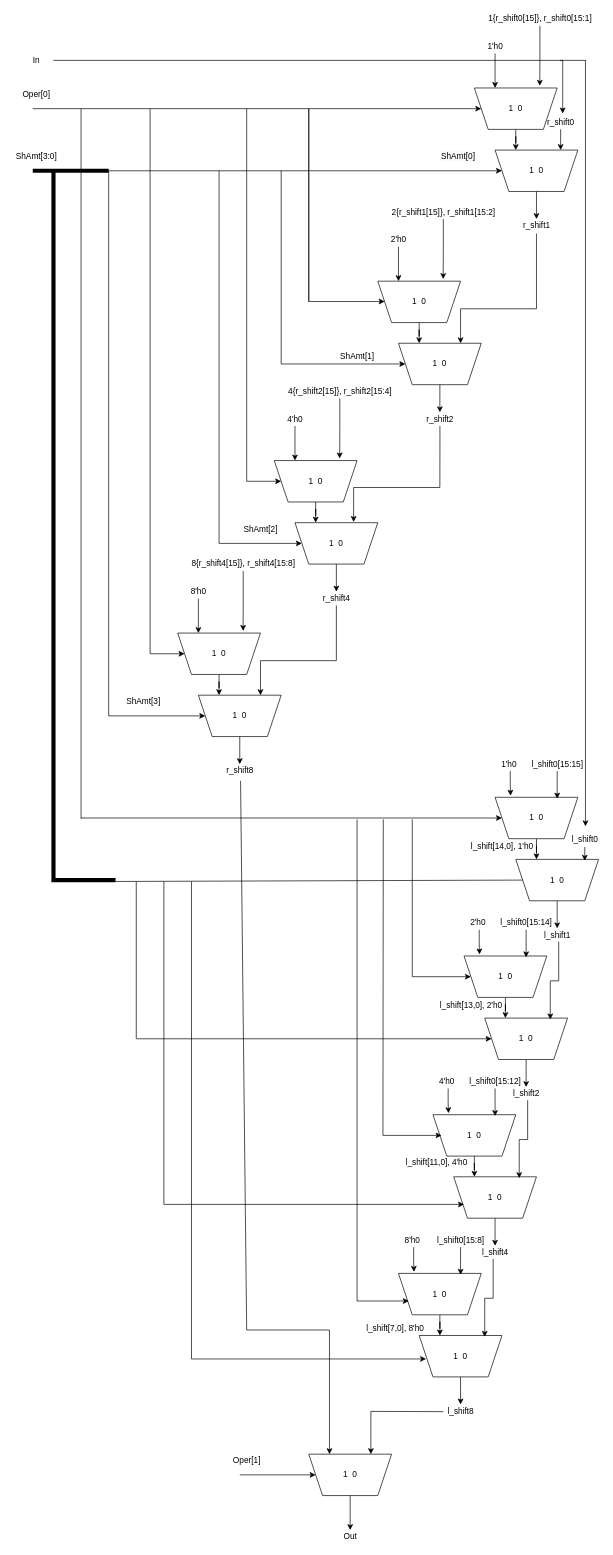
joshmeiyb/draw.io keeps this draw.io diagram as shifter.drawio. Above is the earlier version. Source tidied: cells renumbered, new cells numbered last; positions are measured from the earlier drawing's top-left corner, leaving out a move shared by most shapes. Both pictures are drawn from the tidied source at 69%, with x=0, y=0 at pixel (12, 12).
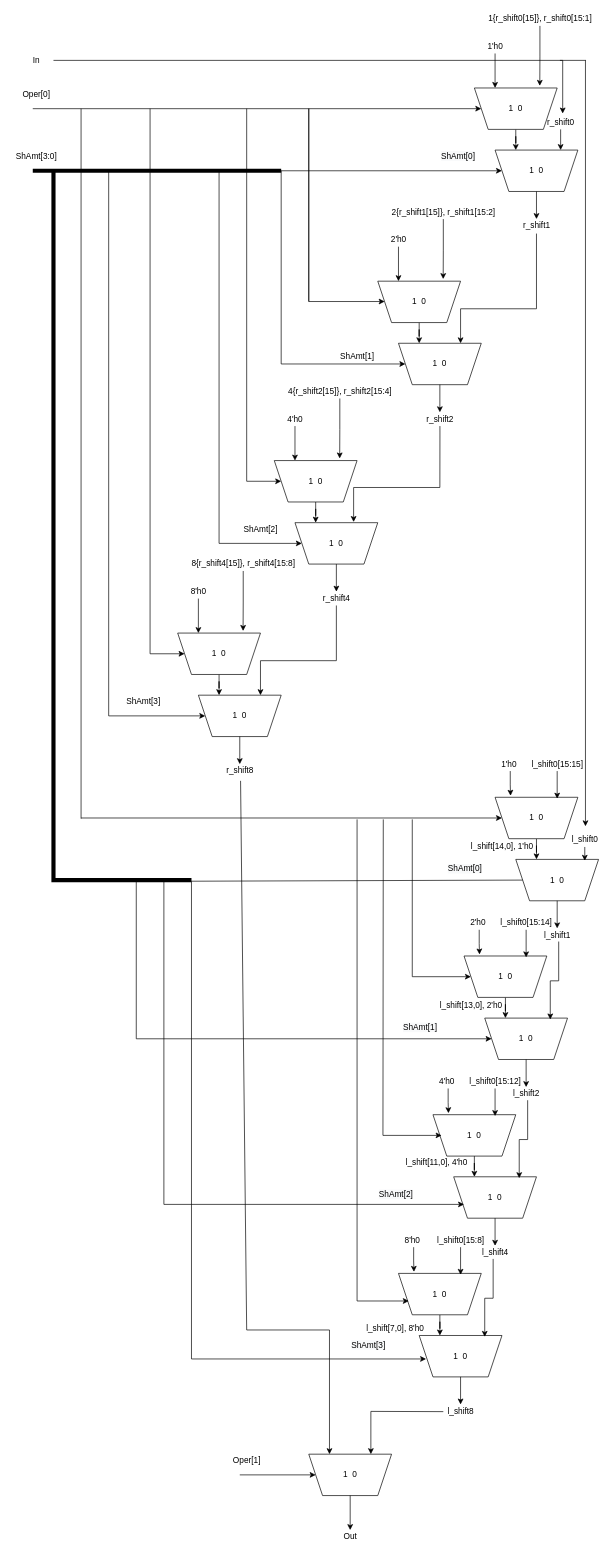
After the change.

Change to the diagram source:
```diff
@@
     <mxCell id="55" style="endArrow=none;html=1;rounded=0;strokeWidth=6;" parent="1" edge="1">
       <mxGeometry relative="1" as="geometry">
         <mxPoint x="30" y="230" as="sourcePoint" />
-        <mxPoint x="140" y="230" as="targetPoint" />
+        <mxPoint x="390" y="230" as="targetPoint" />
       </mxGeometry>
     </mxCell>
@@
     <mxCell id="114" style="endArrow=none;html=1;rounded=0;strokeWidth=6;" parent="1" edge="1">
       <mxGeometry relative="1" as="geometry">
         <mxPoint x="60" y="230" as="sourcePoint" />
-        <mxPoint x="150" y="1258" as="targetPoint" />
+        <mxPoint x="260" y="1258" as="targetPoint" />
         <Array as="points">
           <mxPoint x="60" y="1258" />
         </Array>
       </mxGeometry>
     </mxCell>
@@
+    <mxCell id="124" value="&lt;span style=&quot;color: rgb(0 , 0 , 0) ; font-family: &amp;#34;helvetica&amp;#34; ; font-size: 12px ; font-style: normal ; font-weight: 400 ; letter-spacing: normal ; text-align: center ; text-indent: 0px ; text-transform: none ; word-spacing: 0px ; background-color: rgb(248 , 249 , 250) ; display: inline ; float: none&quot;&gt;ShAmt[0]&lt;/span&gt;" style="text;whiteSpace=wrap;html=1;" parent="1" vertex="1">
+      <mxGeometry x="630" y="1228" width="70" height="30" as="geometry" />
+    </mxCell>
+    <mxCell id="125" value="&lt;span style=&quot;color: rgb(0 , 0 , 0) ; font-family: &amp;#34;helvetica&amp;#34; ; font-size: 12px ; font-style: normal ; font-weight: 400 ; letter-spacing: normal ; text-align: center ; text-indent: 0px ; text-transform: none ; word-spacing: 0px ; background-color: rgb(248 , 249 , 250) ; display: inline ; float: none&quot;&gt;ShAmt[1]&lt;/span&gt;" style="text;whiteSpace=wrap;html=1;" parent="1" vertex="1">
+      <mxGeometry x="565" y="1458" width="70" height="30" as="geometry" />
+    </mxCell>
+    <mxCell id="126" value="&lt;span style=&quot;color: rgb(0 , 0 , 0) ; font-family: &amp;#34;helvetica&amp;#34; ; font-size: 12px ; font-style: normal ; font-weight: 400 ; letter-spacing: normal ; text-align: center ; text-indent: 0px ; text-transform: none ; word-spacing: 0px ; background-color: rgb(248 , 249 , 250) ; display: inline ; float: none&quot;&gt;ShAmt[2]&lt;/span&gt;" style="text;whiteSpace=wrap;html=1;" parent="1" vertex="1">
+      <mxGeometry x="530" y="1700" width="70" height="30" as="geometry" />
+    </mxCell>
+    <mxCell id="127" value="&lt;span style=&quot;color: rgb(0 , 0 , 0) ; font-family: &amp;#34;helvetica&amp;#34; ; font-size: 12px ; font-style: normal ; font-weight: 400 ; letter-spacing: normal ; text-align: center ; text-indent: 0px ; text-transform: none ; word-spacing: 0px ; background-color: rgb(248 , 249 , 250) ; display: inline ; float: none&quot;&gt;ShAmt[3]&lt;/span&gt;" style="text;whiteSpace=wrap;html=1;" parent="1" vertex="1">
+      <mxGeometry x="490" y="1918" width="70" height="30" as="geometry" />
+    </mxCell>
```
